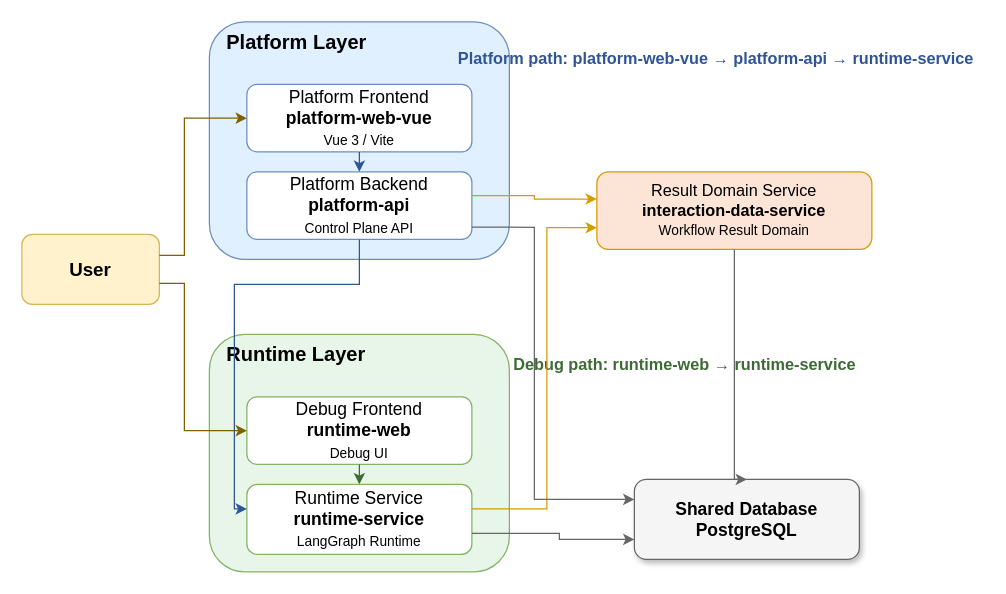
The draw.io diagram docs/diagrams/system-architecture.en.drawio in ljxpython/ai-agent-platform, before the edit. Source tidied: cells renumbered, new cells numbered last; positions are measured from the earlier drawing's top-left corner, leaving out a move shared by most shapes. Both pictures are drawn from the tidied source at 125%, with x=0, y=0 at pixel (21, 21).
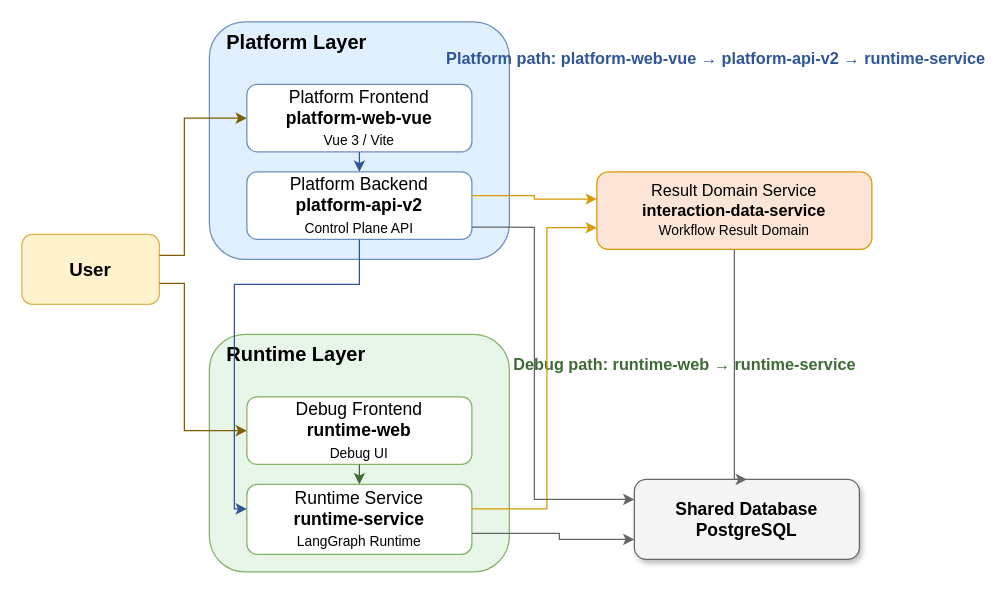
After the change.

What changed in the source:
```diff
@@
-    <mxCell id="5" value="Platform Backend&lt;br/&gt;&lt;b&gt;platform-api&lt;/b&gt;&lt;br/&gt;&lt;font style=&quot;font-size:11px;&quot;&gt;Control Plane API&lt;/font&gt;" style="rounded=1;whiteSpace=wrap;html=1;fillColor=#FFFFFF;strokeColor=#6C8EBF;fontSize=14;align=center;verticalAlign=middle;" parent="1" vertex="1">
+    <mxCell id="5" value="Platform Backend&lt;br/&gt;&lt;b&gt;platform-api-v2&lt;/b&gt;&lt;br/&gt;&lt;font style=&quot;font-size:11px;&quot;&gt;Control Plane API&lt;/font&gt;" style="rounded=1;whiteSpace=wrap;html=1;fillColor=#FFFFFF;strokeColor=#6C8EBF;fontSize=14;align=center;verticalAlign=middle;" parent="1" vertex="1">
       <mxGeometry x="180" y="120" width="180" height="54" as="geometry" />
     </mxCell>
@@
-    <mxCell id="11" value="Platform path: platform-web-vue → platform-api → runtime-service" style="text;html=1;strokeColor=none;fillColor=none;align=center;verticalAlign=middle;fontSize=13;fontStyle=1;fontColor=#2F5597;" parent="1" vertex="1">
+    <mxCell id="11" value="Platform path: platform-web-vue → platform-api-v2 → runtime-service" style="text;html=1;strokeColor=none;fillColor=none;align=center;verticalAlign=middle;fontSize=13;fontStyle=1;fontColor=#2F5597;" parent="1" vertex="1">
       <mxGeometry x="380" y="15" width="350" height="28" as="geometry" />
     </mxCell>
```
